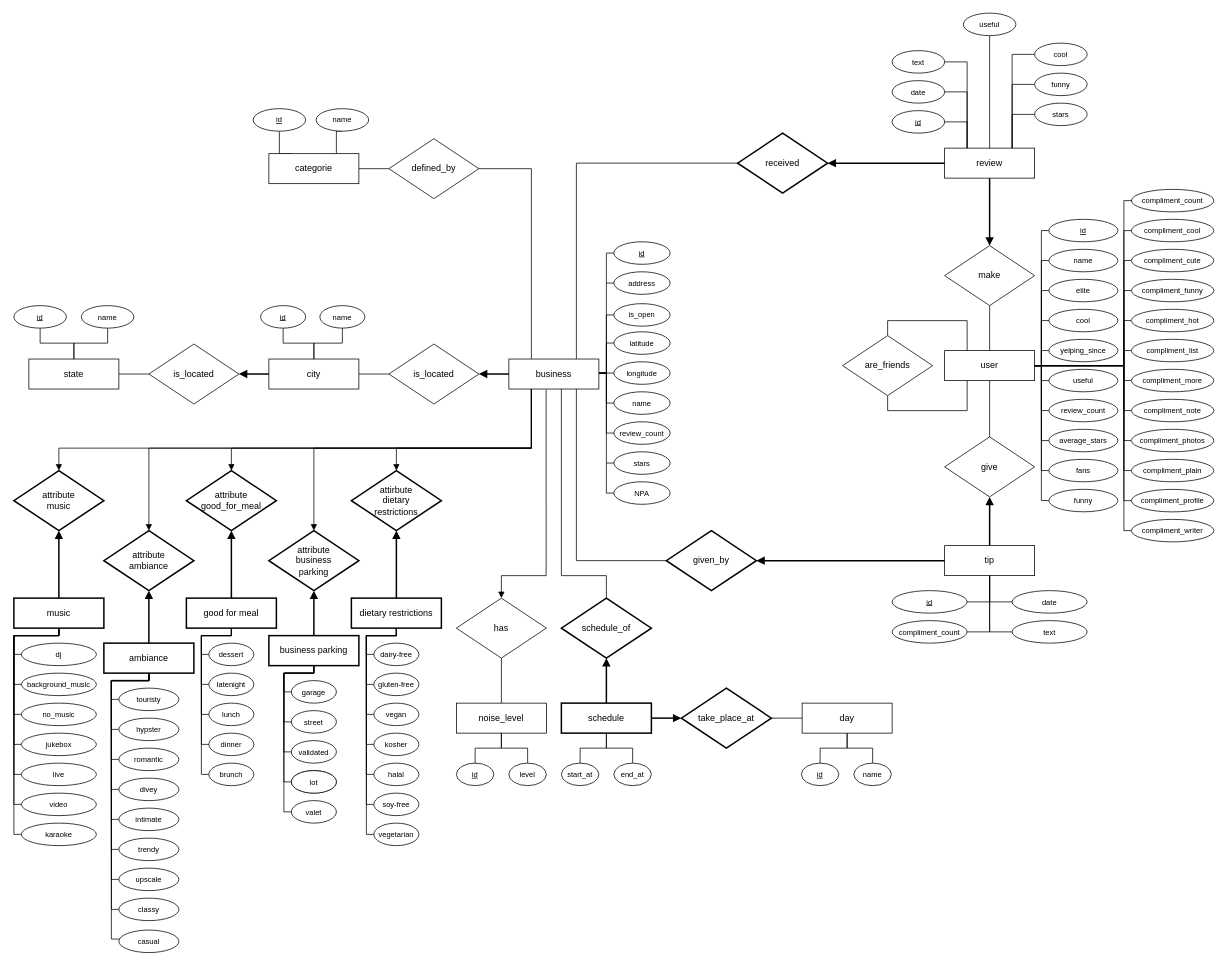
The draw.io diagram schema.drawio in Ph0tonic/Intro2DataBase, before the edit. Source tidied: cells renumbered, new cells numbered last; positions are measured from the earlier drawing's top-left corner, leaving out a move shared by most shapes. Both pictures are drawn from the tidied source at 75%, with x=0, y=0 at pixel (14, 13).
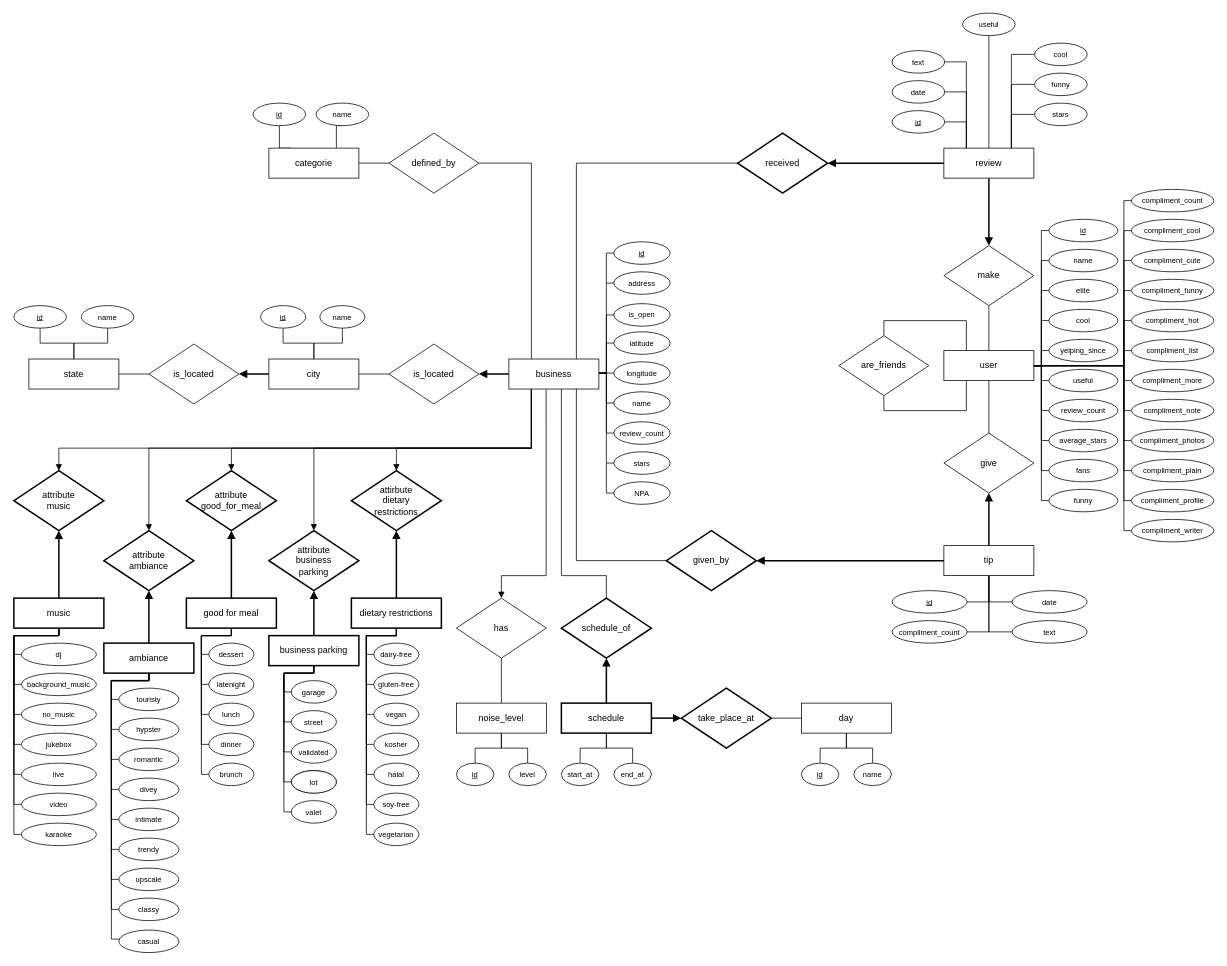
The same page after the edit.

Unchanged cells that the change refers to:
```xml
<mxCell id="74" value="cool" style="ellipse;whiteSpace=wrap;html=1;fontSize=10;" parent="1" vertex="1">
  <mxGeometry x="1361" y="40" width="70" height="30" as="geometry" />
</mxCell>
<mxCell id="76" value="funny" style="ellipse;whiteSpace=wrap;html=1;fontSize=10;" parent="1" vertex="1">
  <mxGeometry x="1361" y="80" width="70" height="30" as="geometry" />
</mxCell>
<mxCell id="78" value="stars" style="ellipse;whiteSpace=wrap;html=1;fontSize=10;" parent="1" vertex="1">
  <mxGeometry x="1361" y="120" width="70" height="30" as="geometry" />
</mxCell>
<mxCell id="235" value="id" style="ellipse;whiteSpace=wrap;html=1;fontStyle=4;fontSize=10;" parent="1" vertex="1">
  <mxGeometry x="1050" y="1000" width="50" height="30" as="geometry" />
</mxCell>
```

The edit, as a diff of the source:
```diff
@@
     <mxCell id="9" value="categorie" style="rounded=0;whiteSpace=wrap;html=1;" parent="1" vertex="1">
-      <mxGeometry x="340" y="187.4" width="120" height="40" as="geometry" />
+      <mxGeometry x="340" y="180" width="120" height="40" as="geometry" />
     </mxCell>
@@
     <mxCell id="11" value="tip" style="rounded=0;whiteSpace=wrap;html=1;" parent="1" vertex="1">
-      <mxGeometry x="1241" y="710" width="120" height="40" as="geometry" />
+      <mxGeometry x="1240" y="710" width="120" height="40" as="geometry" />
     </mxCell>
@@
     <mxCell id="13" value="review" style="rounded=0;whiteSpace=wrap;html=1;" parent="1" vertex="1">
-      <mxGeometry x="1241" y="180" width="120" height="40" as="geometry" />
+      <mxGeometry x="1240" y="180" width="120" height="40" as="geometry" />
     </mxCell>
@@
     <mxCell id="27" value="user" style="rounded=0;whiteSpace=wrap;html=1;" parent="1" vertex="1">
-      <mxGeometry x="1241" y="450" width="120" height="40" as="geometry" />
+      <mxGeometry x="1240" y="450" width="120" height="40" as="geometry" />
     </mxCell>
@@
     <mxCell id="55" value="defined_by" style="rhombus;whiteSpace=wrap;html=1;" parent="1" vertex="1">
-      <mxGeometry x="500" y="167.4" width="120" height="80" as="geometry" />
+      <mxGeometry x="500" y="160" width="120" height="80" as="geometry" />
     </mxCell>
@@
     <mxCell id="64" value="make" style="rhombus;whiteSpace=wrap;html=1;fontStyle=0;" parent="1" vertex="1">
-      <mxGeometry x="1241" y="310" width="120" height="80" as="geometry" />
+      <mxGeometry x="1240" y="310" width="120" height="80" as="geometry" />
     </mxCell>
@@
     <mxCell id="66" value="give" style="rhombus;whiteSpace=wrap;html=1;" parent="1" vertex="1">
-      <mxGeometry x="1241" y="565" width="120" height="80" as="geometry" />
+      <mxGeometry x="1240" y="559.9" width="120" height="80" as="geometry" />
     </mxCell>
@@
     <mxCell id="73" style="edgeStyle=orthogonalEdgeStyle;rounded=0;jettySize=auto;html=1;exitX=0;exitY=0.5;exitDx=0;exitDy=0;endArrow=none;endFill=0;entryX=0.75;entryY=0;entryDx=0;entryDy=0;" parent="1" edge="1" source="74" target="13">
       <mxGeometry relative="1" as="geometry">
         <Array as="points">
-          <mxPoint x="1331" y="55" />
+          <mxPoint x="1330" y="55" />
         </Array>
       </mxGeometry>
     </mxCell>
@@
     <mxCell id="75" style="edgeStyle=orthogonalEdgeStyle;rounded=0;jettySize=auto;html=1;exitX=0;exitY=0.5;exitDx=0;exitDy=0;entryX=0.75;entryY=0;entryDx=0;entryDy=0;endArrow=none;endFill=0;" parent="1" edge="1" source="76" target="13">
-      <mxGeometry relative="1" as="geometry" />
+      <mxGeometry relative="1" as="geometry">
+        <Array as="points">
+          <mxPoint x="1330" y="95" />
+        </Array>
+      </mxGeometry>
     </mxCell>
@@
     <mxCell id="77" style="edgeStyle=orthogonalEdgeStyle;rounded=0;jettySize=auto;html=1;exitX=0;exitY=0.5;exitDx=0;exitDy=0;entryX=0.75;entryY=0;entryDx=0;entryDy=0;endArrow=none;endFill=0;" parent="1" edge="1" source="78" target="13">
-      <mxGeometry relative="1" as="geometry" />
+      <mxGeometry relative="1" as="geometry">
+        <Array as="points">
+          <mxPoint x="1330" y="135" />
+        </Array>
+      </mxGeometry>
     </mxCell>
@@
     <mxCell id="80" value="useful" style="ellipse;whiteSpace=wrap;html=1;fontSize=10;" parent="1" vertex="1">
-      <mxGeometry x="1266" width="70" height="30" as="geometry" />
+      <mxGeometry x="1265" width="70" height="30" as="geometry" />
     </mxCell>
@@
     <mxCell id="199" value="id" style="ellipse;whiteSpace=wrap;html=1;fontStyle=4;fontSize=10;" parent="1" vertex="1">
-      <mxGeometry x="319" y="127.4" width="70" height="30" as="geometry" />
+      <mxGeometry x="319" y="120" width="70" height="30" as="geometry" />
     </mxCell>
@@
     <mxCell id="201" value="name" style="ellipse;whiteSpace=wrap;html=1;fontStyle=0;fontSize=10;" parent="1" vertex="1">
-      <mxGeometry x="403" y="127.4" width="70" height="30" as="geometry" />
+      <mxGeometry x="403" y="120" width="70" height="30" as="geometry" />
     </mxCell>
@@
     <mxCell id="221" value="are_friends" style="rhombus;whiteSpace=wrap;html=1;strokeWidth=1;gradientColor=none;" parent="1" vertex="1">
-      <mxGeometry x="1105" y="430" width="120" height="80" as="geometry" />
+      <mxGeometry x="1100" y="430" width="120" height="80" as="geometry" />
     </mxCell>
@@
     <mxCell id="232" value="day" style="rounded=0;whiteSpace=wrap;html=1;" parent="1" vertex="1">
-      <mxGeometry x="1051" y="920" width="120" height="40" as="geometry" />
+      <mxGeometry x="1050" y="920" width="120" height="40" as="geometry" />
     </mxCell>
@@
-    <mxCell id="234" style="edgeStyle=orthogonalEdgeStyle;rounded=0;jettySize=auto;html=1;exitX=0.5;exitY=0;exitDx=0;exitDy=0;entryX=0.5;entryY=1;entryDx=0;entryDy=0;startArrow=none;startFill=0;endArrow=none;endFill=0;strokeWidth=1;" parent="1" edge="1" source="235" target="232">
+    <mxCell id="234" style="edgeStyle=orthogonalEdgeStyle;rounded=0;jettySize=auto;html=1;exitX=0.5;exitY=0;exitDx=0;exitDy=0;startArrow=none;startFill=0;endArrow=none;endFill=0;strokeWidth=1;entryX=0.5;entryY=1;entryDx=0;entryDy=0;" parent="1" edge="1" source="235" target="232">
       <mxGeometry relative="1" as="geometry" />
     </mxCell>
```
